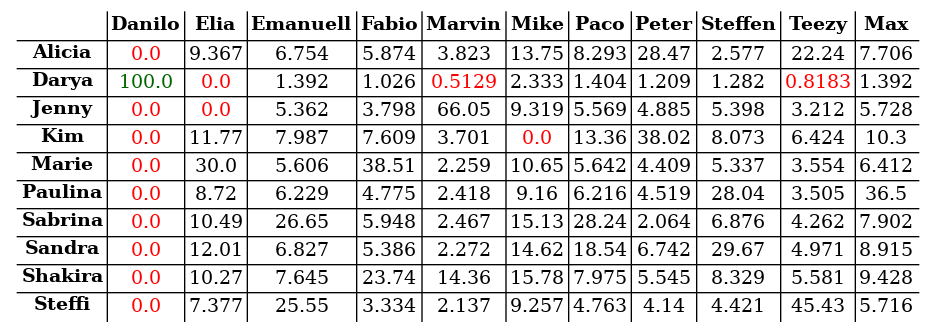
This is s03r/s03r_tab.png from atticus-sullivan/sim-ayto, a Graphviz export, as it was before one commit. Its source is kept beside it as s03r/s03r_tab.dot.
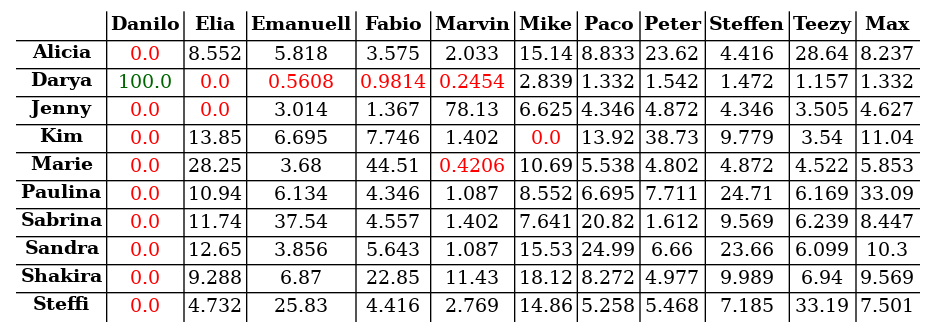
The same file after the commit.

What changed in the source:
```diff
@@ -16,133 +16,133 @@
 </tr>
 <tr><td><B>Alicia</B></td>
 <td><font color="red">0.0</font></td>
-<td><font color="black">9.367</font></td>
-<td><font color="black">6.754</font></td>
-<td><font color="black">5.874</font></td>
-<td><font color="black">3.823</font></td>
-<td><font color="black">13.75</font></td>
-<td><font color="black">8.293</font></td>
-<td><font color="black">28.47</font></td>
-<td><font color="black">2.577</font></td>
-<td><font color="black">22.24</font></td>
-<td><font color="black">7.706</font></td>
+<td><font color="black">8.552</font></td>
+<td><font color="black">5.818</font></td>
+<td><font color="black">3.575</font></td>
+<td><font color="black">2.033</font></td>
+<td><font color="black">15.14</font></td>
+<td><font color="black">8.833</font></td>
+<td><font color="black">23.62</font></td>
+<td><font color="black">4.416</font></td>
+<td><font color="black">28.64</font></td>
+<td><font color="black">8.237</font></td>
 </tr>
 <tr><td><B>Darya</B></td>
 <td><font color="darkgreen">100.0</font></td>
 <td><font color="red">0.0</font></td>
-<td><font color="black">1.392</font></td>
-<td><font color="black">1.026</font></td>
-<td><font color="red">0.5129</font></td>
-<td><font color="black">2.333</font></td>
-<td><font color="black">1.404</font></td>
-<td><font color="black">1.209</font></td>
-<td><font color="black">1.282</font></td>
-<td><font color="red">0.8183</font></td>
-<td><font color="black">1.392</font></td>
+<td><font color="red">0.5608</font></td>
+<td><font color="red">0.9814</font></td>
+<td><font color="red">0.2454</font></td>
+<td><font color="black">2.839</font></td>
+<td><font color="black">1.332</font></td>
+<td><font color="black">1.542</font></td>
+<td><font color="black">1.472</font></td>
+<td><font color="black">1.157</font></td>
+<td><font color="black">1.332</font></td>
 </tr>
 <tr><td><B>Jenny</B></td>
 <td><font color="red">0.0</font></td>
 <td><font color="red">0.0</font></td>
-<td><font color="black">5.362</font></td>
-<td><font color="black">3.798</font></td>
-<td><font color="black">66.05</font></td>
-<td><font color="black">9.319</font></td>
-<td><font color="black">5.569</font></td>
-<td><font color="black">4.885</font></td>
-<td><font color="black">5.398</font></td>
-<td><font color="black">3.212</font></td>
-<td><font color="black">5.728</font></td>
+<td><font color="black">3.014</font></td>
+<td><font color="black">1.367</font></td>
+<td><font color="black">78.13</font></td>
+<td><font color="black">6.625</font></td>
+<td><font color="black">4.346</font></td>
+<td><font color="black">4.872</font></td>
+<td><font color="black">4.346</font></td>
+<td><font color="black">3.505</font></td>
+<td><font color="black">4.627</font></td>
 </tr>
 <tr><td><B>Kim</B></td>
 <td><font color="red">0.0</font></td>
-<td><font color="black">11.77</font></td>
-<td><font color="black">7.987</font></td>
-<td><font color="black">7.609</font></td>
-<td><font color="black">3.701</font></td>
+<td><font color="black">13.85</font></td>
+<td><font color="black">6.695</font></td>
+<td><font color="black">7.746</font></td>
+<td><font color="black">1.402</font></td>
 <td><font color="red">0.0</font></td>
-<td><font color="black">13.36</font></td>
-<td><font color="black">38.02</font></td>
-<td><font color="black">8.073</font></td>
-<td><font color="black">6.424</font></td>
-<td><font color="black">10.3</font></td>
+<td><font color="black">13.92</font></td>
+<td><font color="black">38.73</font></td>
+<td><font color="black">9.779</font></td>
+<td><font color="black">3.54</font></td>
+<td><font color="black">11.04</font></td>
 </tr>
 <tr><td><B>Marie</B></td>
 <td><font color="red">0.0</font></td>
-<td><font color="black">30.0</font></td>
-<td><font color="black">5.606</font></td>
-<td><font color="black">38.51</font></td>
-<td><font color="black">2.259</font></td>
-<td><font color="black">10.65</font></td>
-<td><font color="black">5.642</font></td>
-<td><font color="black">4.409</font></td>
-<td><font color="black">5.337</font></td>
-<td><font color="black">3.554</font></td>
-<td><font color="black">6.412</font></td>
+<td><font color="black">28.25</font></td>
+<td><font color="black">3.68</font></td>
+<td><font color="black">44.51</font></td>
+<td><font color="red">0.4206</font></td>
+<td><font color="black">10.69</font></td>
+<td><font color="black">5.538</font></td>
+<td><font color="black">4.802</font></td>
+<td><font color="black">4.872</font></td>
+<td><font color="black">4.522</font></td>
+<td><font color="black">5.853</font></td>
 </tr>
 <tr><td><B>Paulina</B></td>
 <td><font color="red">0.0</font></td>
-<td><font color="black">8.72</font></td>
-<td><font color="black">6.229</font></td>
-<td><font color="black">4.775</font></td>
-<td><font color="black">2.418</font></td>
-<td><font color="black">9.16</font></td>
-<td><font color="black">6.216</font></td>
-<td><font color="black">4.519</font></td>
-<td><font color="black">28.04</font></td>
-<td><font color="black">3.505</font></td>
-<td><font color="black">36.5</font></td>
+<td><font color="black">10.94</font></td>
+<td><font color="black">6.134</font></td>
+<td><font color="black">4.346</font></td>
+<td><font color="black">1.087</font></td>
+<td><font color="black">8.552</font></td>
+<td><font color="black">6.695</font></td>
+<td><font color="black">7.711</font></td>
+<td><font color="black">24.71</font></td>
+<td><font color="black">6.169</font></td>
+<td><font color="black">33.09</font></td>
 </tr>
 <tr><td><B>Sabrina</B></td>
 <td><font color="red">0.0</font></td>
-<td><font color="black">10.49</font></td>
-<td><font color="black">26.65</font></td>
-<td><font color="black">5.948</font></td>
-<td><font color="black">2.467</font></td>
-<td><font color="black">15.13</font></td>
-<td><font color="black">28.24</font></td>
-<td><font color="black">2.064</font></td>
-<td><font color="black">6.876</font></td>
-<td><font color="black">4.262</font></td>
-<td><font color="black">7.902</font></td>
+<td><font color="black">11.74</font></td>
+<td><font color="black">37.54</font></td>
+<td><font color="black">4.557</font></td>
+<td><font color="black">1.402</font></td>
+<td><font color="black">7.641</font></td>
+<td><font color="black">20.82</font></td>
+<td><font color="black">1.612</font></td>
+<td><font color="black">9.569</font></td>
+<td><font color="black">6.239</font></td>
+<td><font color="black">8.447</font></td>
 </tr>
 <tr><td><B>Sandra</B></td>
 <td><font color="red">0.0</font></td>
-<td><font color="black">12.01</font></td>
-<td><font color="black">6.827</font></td>
-<td><font color="black">5.386</font></td>
-<td><font color="black">2.272</font></td>
-<td><font color="black">14.62</font></td>
-<td><font color="black">18.54</font></td>
-<td><font color="black">6.742</font></td>
-<td><font color="black">29.67</font></td>
-<td><font color="black">4.971</font></td>
-<td><font color="black">8.915</font></td>
+<td><font color="black">12.65</font></td>
+<td><font color="black">3.856</font></td>
+<td><font color="black">5.643</font></td>
+<td><font color="black">1.087</font></td>
+<td><font color="black">15.53</font></td>
+<td><font color="black">24.99</font></td>
+<td><font color="black">6.66</font></td>
+<td><font color="black">23.66</font></td>
+<td><font color="black">6.099</font></td>
+<td><font color="black">10.3</font></td>
 </tr>
 <tr><td><B>Shakira</B></td>
 <td><font color="red">0.0</font></td>
-<td><font color="black">10.27</font></td>
-<td><font color="black">7.645</font></td>
-<td><font color="black">23.74</font></td>
-<td><font color="black">14.36</font></td>
-<td><font color="black">15.78</font></td>
-<td><font color="black">7.975</font></td>
-<td><font color="black">5.545</font></td>
-<td><font color="black">8.329</font></td>
-<td><font color="black">5.581</font></td>
-<td><font color="black">9.428</font></td>
+<td><font color="black">9.288</font></td>
+<td><font color="black">6.87</font></td>
+<td><font color="black">22.85</font></td>
+<td><font color="black">11.43</font></td>
+<td><font color="black">18.12</font></td>
+<td><font color="black">8.272</font></td>
+<td><font color="black">4.977</font></td>
+<td><font color="black">9.989</font></td>
+<td><font color="black">6.94</font></td>
+<td><font color="black">9.569</font></td>
 </tr>
 <tr><td><B>Steffi</B></td>
 <td><font color="red">0.0</font></td>
-<td><font color="black">7.377</font></td>
-<td><font color="black">25.55</font></td>
-<td><font color="black">3.334</font></td>
-<td><font color="black">2.137</font></td>
-<td><font color="black">9.257</font></td>
-<td><font color="black">4.763</font></td>
-<td><font color="black">4.14</font></td>
-<td><font color="black">4.421</font></td>
-<td><font color="black">45.43</font></td>
-<td><font color="black">5.716</font></td>
+<td><font color="black">4.732</font></td>
+<td><font color="black">25.83</font></td>
+<td><font color="black">4.416</font></td>
+<td><font color="black">2.769</font></td>
+<td><font color="black">14.86</font></td>
+<td><font color="black">5.258</font></td>
+<td><font color="black">5.468</font></td>
+<td><font color="black">7.185</font></td>
+<td><font color="black">33.19</font></td>
+<td><font color="black">7.501</font></td>
 </tr>
 </table>
 >];}
```
